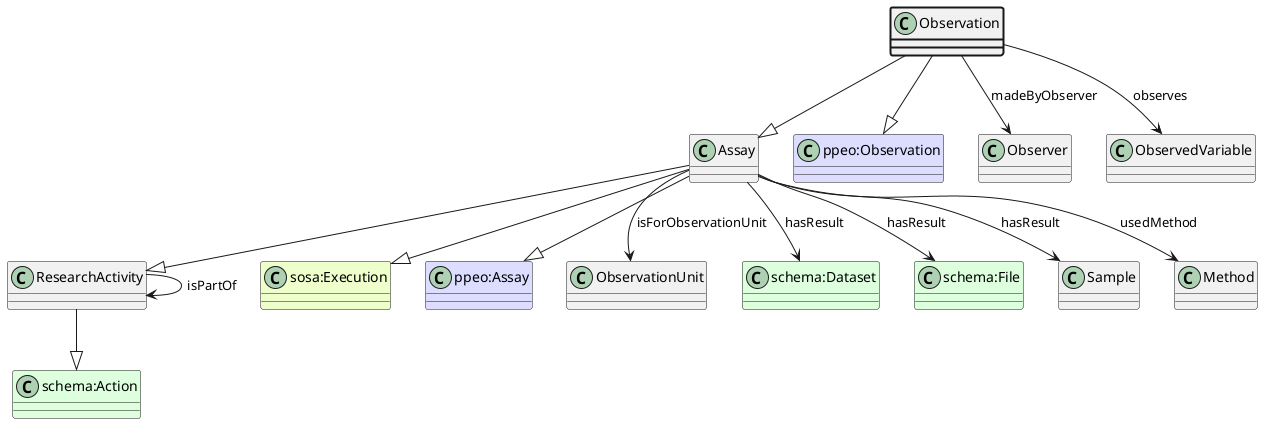
This is ttl_uml/ttl_appn_Observation.png from aus-plant-phenomics-network/appn-schema, a PlantUML export, as it was before one commit.
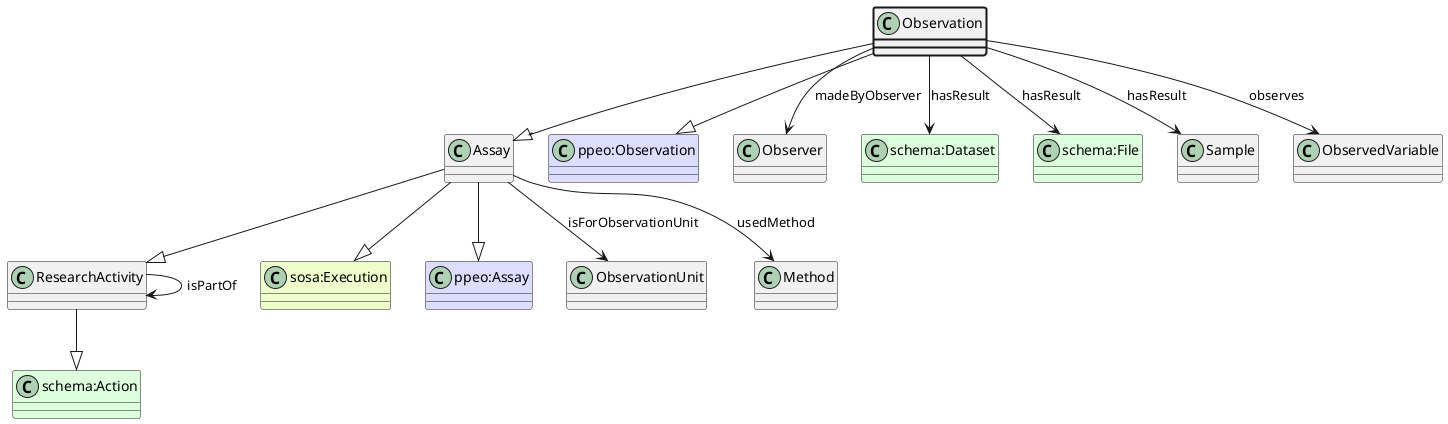
Above is the later version.

Change to the diagram source:
```diff
@@ -14,16 +14,16 @@
 Observation --|> "ppeo:Observation"
 class Observer
 Observation --> Observer : madeByObserver
+class "schema:Dataset" #DDFFDD
+Observation --> "schema:Dataset" : hasResult
+class "schema:File" #DDFFDD
+Observation --> "schema:File" : hasResult
+class Sample
+Observation --> Sample : hasResult
 class ObservedVariable
 Observation --> ObservedVariable : observes
 class ObservationUnit
 Assay --> ObservationUnit : isForObservationUnit
-class "schema:Dataset" #DDFFDD
-Assay --> "schema:Dataset" : hasResult
-class "schema:File" #DDFFDD
-Assay --> "schema:File" : hasResult
-class Sample
-Assay --> Sample : hasResult
 class Method
 Assay --> Method : usedMethod
 class ResearchActivity
```
